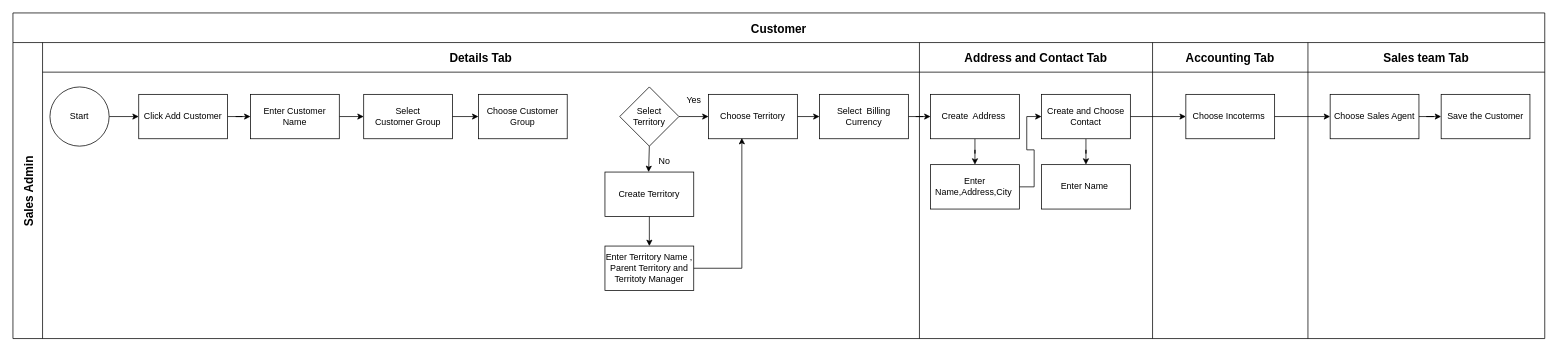
This is SGB/Customer Userflow.drawio from Iswariya-LMNAs/Diagrams, a draw.io file, before an edit. Source tidied: cells renumbered, new cells numbered last; positions are measured from the earlier drawing's top-left corner, leaving out a move shared by most shapes. Both pictures are drawn from the tidied source at 74%, with x=0, y=0 at pixel (13, 13).
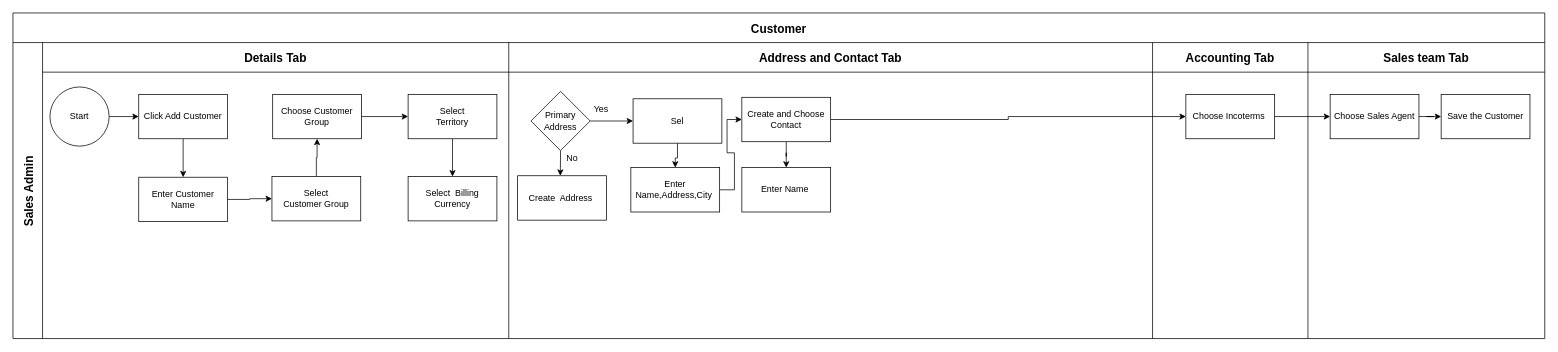
Above is the later version.

The change refers to these unchanged cells:
```xml
<mxCell id="3" value="Sales Admin" style="shape=tableRow;horizontal=0;swimlaneHead=0;swimlaneBody=0;top=0;left=0;strokeColor=inherit;bottom=0;right=0;fontStyle=1;fillColor=none;startSize=40;fontSize=16;" parent="2" vertex="1">
  <mxGeometry y="40" width="2070" height="400" as="geometry" />
</mxCell>
```

Diff of the diagram source:
```diff
@@
     <mxCell id="4" value="Details Tab" style="swimlane;swimlaneHead=0;swimlaneBody=0;fontStyle=1;strokeColor=inherit;fillColor=none;startSize=40;fontSize=16;" parent="3" vertex="1">
-      <mxGeometry x="40" width="1185" height="400" as="geometry" />
+      <mxGeometry x="40" width="630" height="400" as="geometry" />
     </mxCell>
+    <mxCell id="42" style="edgeStyle=orthogonalEdgeStyle;rounded=0;jettySize=auto;html=1;exitX=0.5;exitY=0;exitDx=0;exitDy=0;entryX=0.5;entryY=1;entryDx=0;entryDy=0;" parent="4" edge="1" source="5" target="22">
+      <mxGeometry relative="1" as="geometry" />
+    </mxCell>
     <mxCell id="5" value="Select&lt;div&gt;Customer Group&lt;/div&gt;" style="rounded=0;whiteSpace=wrap;html=1;" parent="4" vertex="1">
-      <mxGeometry x="434" y="70" width="120" height="60" as="geometry" />
+      <mxGeometry x="310" y="181" width="120" height="60" as="geometry" />
     </mxCell>
+    <mxCell id="43" style="edgeStyle=orthogonalEdgeStyle;rounded=0;jettySize=auto;html=1;exitX=0.5;exitY=1;exitDx=0;exitDy=0;entryX=0.5;entryY=0;entryDx=0;entryDy=0;" parent="4" edge="1" source="39" target="24">
+      <mxGeometry relative="1" as="geometry" />
+    </mxCell>
+    <mxCell id="39" value="Select&lt;div&gt;Territory&lt;/div&gt;" style="rounded=0;whiteSpace=wrap;html=1;" parent="4" vertex="1">
+      <mxGeometry x="494" y="70" width="120" height="60" as="geometry" />
+    </mxCell>
+    <mxCell id="19" value="Enter Customer Name" style="rounded=0;whiteSpace=wrap;html=1;" parent="4" vertex="1">
+      <mxGeometry x="130" y="182" width="120" height="60" as="geometry" />
+    </mxCell>
+    <mxCell id="18" style="edgeStyle=orthogonalEdgeStyle;rounded=0;jettySize=auto;html=1;exitX=1;exitY=0.5;exitDx=0;exitDy=0;entryX=0;entryY=0.5;entryDx=0;entryDy=0;" parent="4" edge="1" source="19" target="5">
+      <mxGeometry relative="1" as="geometry" />
+    </mxCell>
+    <mxCell id="44" style="edgeStyle=orthogonalEdgeStyle;rounded=0;jettySize=auto;html=1;exitX=1;exitY=0.5;exitDx=0;exitDy=0;entryX=0;entryY=0.5;entryDx=0;entryDy=0;" parent="4" edge="1" source="22" target="39">
+      <mxGeometry relative="1" as="geometry" />
+    </mxCell>
+    <mxCell id="22" value="Choose Customer Group" style="rounded=0;whiteSpace=wrap;html=1;" parent="4" vertex="1">
+      <mxGeometry x="311" y="70" width="120" height="60" as="geometry" />
+    </mxCell>
+    <mxCell id="24" value="Select&amp;nbsp; Billing Currency" style="whiteSpace=wrap;html=1;" parent="4" vertex="1">
+      <mxGeometry x="494" y="181" width="120" height="60" as="geometry" />
+    </mxCell>
     <mxCell id="6" value="Address and Contact Tab" style="swimlane;swimlaneHead=0;swimlaneBody=0;fontStyle=1;strokeColor=inherit;fillColor=none;startSize=40;fontSize=16;" parent="3" vertex="1">
-      <mxGeometry x="1225" width="315" height="400" as="geometry" />
+      <mxGeometry x="670" width="870" height="400" as="geometry" />
     </mxCell>
+    <mxCell id="45" style="edgeStyle=orthogonalEdgeStyle;rounded=0;jettySize=auto;html=1;exitX=0.5;exitY=1;exitDx=0;exitDy=0;" parent="6" edge="1" source="46">
+      <mxGeometry relative="1" as="geometry">
+        <mxPoint x="69.7" y="180" as="targetPoint" />
+      </mxGeometry>
+    </mxCell>
+    <mxCell id="46" value="Primary Address" style="rhombus;whiteSpace=wrap;html=1;rounded=0;" parent="6" vertex="1">
+      <mxGeometry x="30" y="66" width="80" height="80" as="geometry" />
+    </mxCell>
+    <mxCell id="47" value="Create&amp;nbsp; Address&amp;nbsp;" style="whiteSpace=wrap;html=1;" parent="6" vertex="1">
+      <mxGeometry x="12" y="180" width="120" height="60" as="geometry" />
+    </mxCell>
+    <mxCell id="41" value="Yes" style="text;html=1;align=center;verticalAlign=middle;whiteSpace=wrap;rounded=0;" parent="6" vertex="1">
+      <mxGeometry x="100" y="80" width="50" height="20" as="geometry" />
+    </mxCell>
+    <mxCell id="25" value="No" style="text;html=1;align=center;verticalAlign=middle;whiteSpace=wrap;rounded=0;" parent="6" vertex="1">
+      <mxGeometry x="61" y="146" width="50" height="20" as="geometry" />
+    </mxCell>
@@
-    <mxCell id="18" style="edgeStyle=orthogonalEdgeStyle;rounded=0;jettySize=auto;html=1;exitX=1;exitY=0.5;exitDx=0;exitDy=0;entryX=0;entryY=0.5;entryDx=0;entryDy=0;" parent="1" edge="1" source="19" target="5">
-      <mxGeometry relative="1" as="geometry" />
-    </mxCell>
-    <mxCell id="19" value="Enter Customer Name" style="rounded=0;whiteSpace=wrap;html=1;" parent="1" vertex="1">
-      <mxGeometry x="321" y="110" width="120" height="60" as="geometry" />
-    </mxCell>
-    <mxCell id="20" style="edgeStyle=orthogonalEdgeStyle;rounded=0;jettySize=auto;html=1;" parent="1" edge="1" source="21" target="24">
-      <mxGeometry relative="1" as="geometry" />
-    </mxCell>
-    <mxCell id="21" value="Select&lt;div&gt;Territory&lt;/div&gt;" style="rhombus;whiteSpace=wrap;html=1;" parent="1" vertex="1">
-      <mxGeometry x="820" y="100" width="80" height="80" as="geometry" />
-    </mxCell>
-    <mxCell id="22" value="Choose Customer Group" style="rounded=0;whiteSpace=wrap;html=1;" parent="1" vertex="1">
-      <mxGeometry x="629" y="110" width="120" height="60" as="geometry" />
-    </mxCell>
-    <mxCell id="23" style="edgeStyle=orthogonalEdgeStyle;rounded=0;jettySize=auto;html=1;exitX=1;exitY=0.5;exitDx=0;exitDy=0;entryX=0;entryY=0.5;entryDx=0;entryDy=0;" parent="1" edge="1" source="24" target="29">
-      <mxGeometry relative="1" as="geometry" />
-    </mxCell>
-    <mxCell id="24" value="Choose Territory" style="whiteSpace=wrap;html=1;" parent="1" vertex="1">
-      <mxGeometry x="940" y="110" width="120" height="60" as="geometry" />
-    </mxCell>
-    <mxCell id="25" value="No" style="text;html=1;align=center;verticalAlign=middle;points=[];strokeColor=none;fillColor=none;" parent="1" vertex="1">
-      <mxGeometry x="860" y="185" width="40" height="30" as="geometry" />
-    </mxCell>
-    <mxCell id="26" value="Enter Territory Name , Parent Territory and Territoty Manager" style="whiteSpace=wrap;html=1;" parent="1" vertex="1">
-      <mxGeometry x="800" y="315" width="120" height="60" as="geometry" />
-    </mxCell>
-    <mxCell id="27" style="edgeStyle=orthogonalEdgeStyle;rounded=0;jettySize=auto;html=1;entryX=0.375;entryY=0.983;entryDx=0;entryDy=0;entryPerimeter=0;" parent="1" edge="1" source="26" target="24">
-      <mxGeometry relative="1" as="geometry" />
-    </mxCell>
-    <mxCell id="28" style="edgeStyle=orthogonalEdgeStyle;rounded=0;jettySize=auto;html=1;" parent="1" edge="1" source="29" target="31">
-      <mxGeometry relative="1" as="geometry" />
-    </mxCell>
-    <mxCell id="29" value="Select&amp;nbsp; Billing Currency" style="whiteSpace=wrap;html=1;" parent="1" vertex="1">
-      <mxGeometry x="1090" y="110" width="120" height="60" as="geometry" />
-    </mxCell>
@@
-    <mxCell id="31" value="Create&amp;nbsp; Address&amp;nbsp;" style="whiteSpace=wrap;html=1;" parent="1" vertex="1">
-      <mxGeometry x="1240" y="110" width="120" height="60" as="geometry" />
+    <mxCell id="31" value="Sel" style="whiteSpace=wrap;html=1;" parent="1" vertex="1">
+      <mxGeometry x="838" y="116" width="120" height="60" as="geometry" />
     </mxCell>
@@
     <mxCell id="33" value="Enter Name,Address,City&amp;nbsp;" style="whiteSpace=wrap;html=1;" parent="1" vertex="1">
-      <mxGeometry x="1240" y="205" width="120" height="60" as="geometry" />
+      <mxGeometry x="835" y="209" width="120" height="60" as="geometry" />
     </mxCell>
@@
     <mxCell id="36" value="Create and Choose Contact" style="whiteSpace=wrap;html=1;" parent="1" vertex="1">
-      <mxGeometry x="1390" y="110" width="120" height="60" as="geometry" />
+      <mxGeometry x="985" y="114" width="120" height="60" as="geometry" />
     </mxCell>
     <mxCell id="37" value="Enter Name&amp;nbsp;" style="whiteSpace=wrap;html=1;" parent="1" vertex="1">
-      <mxGeometry x="1390" y="205" width="120" height="60" as="geometry" />
+      <mxGeometry x="985" y="209" width="120" height="60" as="geometry" />
     </mxCell>
-    <mxCell id="38" style="edgeStyle=orthogonalEdgeStyle;rounded=0;jettySize=auto;html=1;" parent="1" edge="1" source="39" target="26">
-      <mxGeometry relative="1" as="geometry" />
-    </mxCell>
-    <mxCell id="39" value="Create Territory" style="rounded=0;whiteSpace=wrap;html=1;" parent="1" vertex="1">
-      <mxGeometry x="800" y="215" width="120" height="60" as="geometry" />
-    </mxCell>
-    <mxCell id="40" style="endArrow=classic;html=1;rounded=0;entryX=-0.025;entryY=1;entryDx=0;entryDy=0;entryPerimeter=0;exitX=0.5;exitY=1;exitDx=0;exitDy=0;" parent="1" edge="1" source="21" target="25">
-      <mxGeometry relative="1" as="geometry" />
-    </mxCell>
-    <mxCell id="41" value="Yes" style="text;html=1;align=center;verticalAlign=middle;strokeColor=none;fillColor=none;" parent="1" vertex="1">
-      <mxGeometry x="900" y="103" width="40" height="30" as="geometry" />
-    </mxCell>
-    <mxCell id="42" style="edgeStyle=orthogonalEdgeStyle;rounded=0;jettySize=auto;html=1;exitX=1;exitY=0.5;exitDx=0;exitDy=0;entryX=0;entryY=0.5;entryDx=0;entryDy=0;" parent="1" edge="1" source="5" target="22">
-      <mxGeometry relative="1" as="geometry" />
-    </mxCell>
+    <mxCell id="48" style="edgeStyle=orthogonalEdgeStyle;rounded=0;jettySize=auto;html=1;exitX=1;exitY=0.5;exitDx=0;exitDy=0;entryX=0;entryY=0.5;entryDx=0;entryDy=0;" parent="1" edge="1" source="46" target="31">
+      <mxGeometry relative="1" as="geometry" />
+    </mxCell>
```
